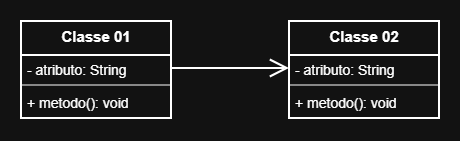
AndersonDutra7/Projetos-WEB keeps this draw.io diagram as imagensWeb/modelagem/model08N.png. Above is the earlier version. Source tidied: cells renumbered, new cells last; positions are measured from the earlier drawing's top-left corner, leaving out a move shared by most shapes.
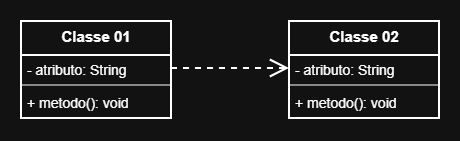
The same diagram one commit later.

What changed in the source:
```diff
@@ -26,7 +26,7 @@
     <mxCell id="9" value="&lt;font style=&quot;font-size: 14px;&quot;&gt;+ metodo(): void&lt;/font&gt;" style="text;strokeColor=none;fillColor=none;align=left;verticalAlign=top;spacingLeft=4;spacingRight=4;overflow=hidden;whiteSpace=wrap;html=1;" parent="6" vertex="1">
       <mxGeometry y="67" width="150" height="30" as="geometry" />
     </mxCell>
-    <mxCell id="10" style="endArrow=open;html=1;rounded=0;strokeWidth=2;exitX=1;exitY=0.5;exitDx=0;exitDy=0;entryX=0;entryY=0.5;entryDx=0;entryDy=0;endFill=0;endSize=15;" parent="1" edge="1" source="3" target="7">
+    <mxCell id="10" style="endArrow=open;html=1;rounded=0;strokeWidth=2;exitX=1;exitY=0.5;exitDx=0;exitDy=0;entryX=0;entryY=0.5;entryDx=0;entryDy=0;endFill=0;endSize=15;dashed=1;" parent="1" edge="1" source="3" target="7">
       <mxGeometry relative="1" as="geometry" />
     </mxCell>
   </root>
```
